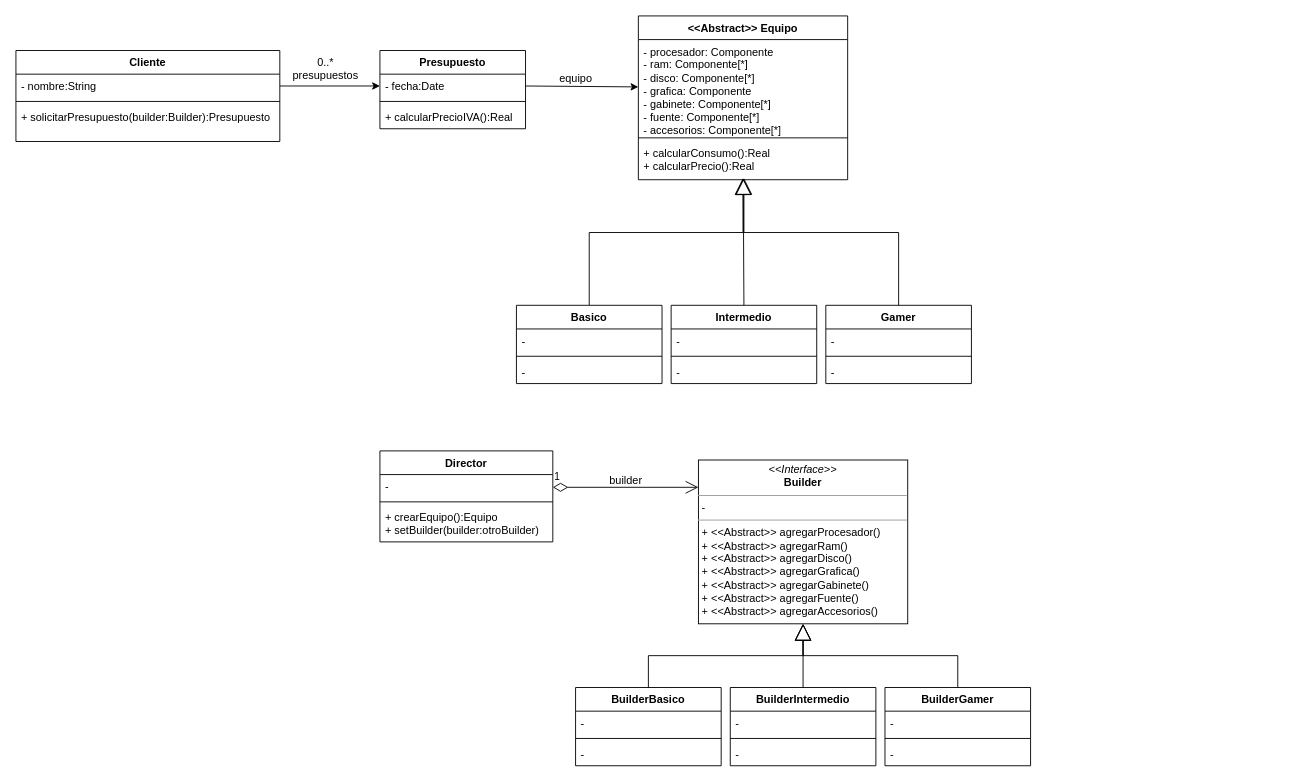
The draw.io diagram Parciales/ParcialPatrones4/uwu.drawio in Ruyy7/OO2, before the edit. Source tidied: cells renumbered, new cells numbered last; positions are measured from the earlier drawing's top-left corner, leaving out a move shared by most shapes. Both pictures are drawn from the tidied source at 91%, with x=0, y=0 at pixel (15, 15).
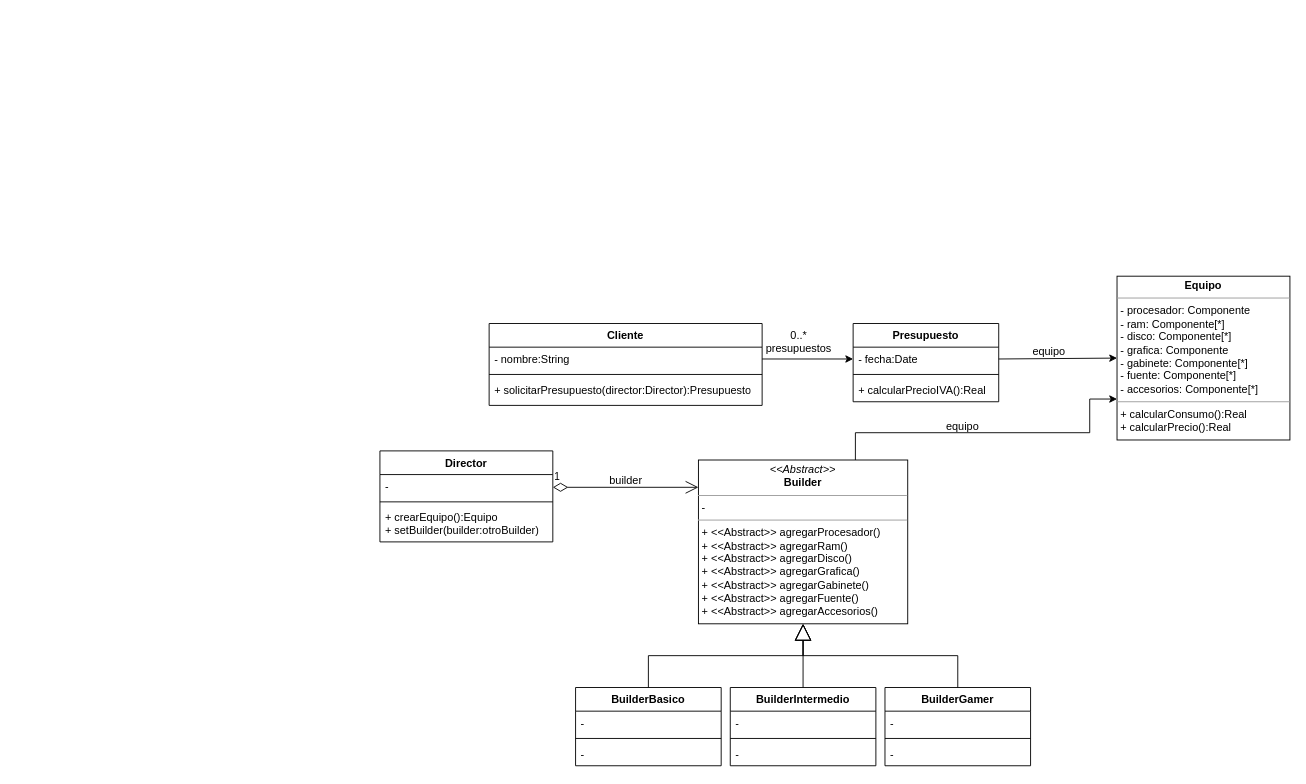
The same page after the edit.

The change refers to these unchanged cells:
```xml
<mxCell id="3" value="- fecha:Date" style="text;strokeColor=none;fillColor=none;align=left;verticalAlign=top;spacingLeft=4;spacingRight=4;overflow=hidden;points=[[0,0.5],[1,0.5]];portConstraint=eastwest;whiteSpace=wrap;html=1;" parent="2" vertex="1">
  <mxGeometry y="26" width="160" height="26" as="geometry" />
</mxCell>
```

What changed in the source:
```diff
@@
     <mxCell id="2" value="Presupuesto" style="swimlane;fontStyle=1;align=center;verticalAlign=top;horizontal=1;startSize=26;whiteSpace=wrap;html=1;" parent="1" vertex="1">
-      <mxGeometry x="400" y="38" width="160" height="86" as="geometry" />
+      <mxGeometry x="920" y="338" width="160" height="86" as="geometry" />
     </mxCell>
@@
-    <mxCell id="6" value="&amp;lt;&amp;lt;Abstract&amp;gt;&amp;gt; Equipo" style="swimlane;fontStyle=1;align=center;verticalAlign=top;horizontal=1;startSize=26;whiteSpace=wrap;html=1;" parent="1" vertex="1">
-      <mxGeometry x="684" width="230" height="180" as="geometry" />
-    </mxCell>
-    <mxCell id="7" value="- procesador: Componente&lt;br&gt;- ram: Componente[*]&lt;br&gt;- disco: Componente[*]&lt;br&gt;- grafica: Componente&lt;br&gt;- gabinete: Componente[*]&lt;br&gt;- fuente: Componente[*]&lt;br&gt;- accesorios: Componente[*]" style="text;strokeColor=none;fillColor=none;align=left;verticalAlign=top;spacingLeft=4;spacingRight=4;overflow=hidden;points=[[0,0.5],[1,0.5]];portConstraint=eastwest;whiteSpace=wrap;html=1;" parent="6" vertex="1">
-      <mxGeometry y="26" width="230" height="104" as="geometry" />
-    </mxCell>
-    <mxCell id="8" style="line;strokeWidth=1;fillColor=none;align=left;verticalAlign=middle;spacingTop=-1;spacingLeft=3;spacingRight=3;labelPosition=right;strokeColor=inherit;" parent="6" vertex="1">
-      <mxGeometry y="130" width="230" height="8" as="geometry" />
-    </mxCell>
-    <mxCell id="9" value="+ calcularConsumo():Real&lt;br&gt;+ calcularPrecio():Real" style="text;strokeColor=none;fillColor=none;align=left;verticalAlign=top;spacingLeft=4;spacingRight=4;overflow=hidden;points=[[0,0.5],[1,0.5]];portConstraint=eastwest;whiteSpace=wrap;html=1;" parent="6" vertex="1">
-      <mxGeometry y="138" width="230" height="42" as="geometry" />
-    </mxCell>
-    <mxCell id="10" style="endArrow=classic;html=1;rounded=0;exitX=1;exitY=0.5;exitDx=0;exitDy=0;entryX=0;entryY=0.5;entryDx=0;entryDy=0;" parent="1" edge="1" source="3" target="7">
+    <mxCell id="10" style="endArrow=classic;html=1;rounded=0;exitX=1;exitY=0.5;exitDx=0;exitDy=0;entryX=0;entryY=0.5;entryDx=0;entryDy=0;" parent="1" edge="1" source="3" target="55">
       <mxGeometry relative="1" as="geometry" />
     </mxCell>
     <mxCell id="11" value="equipo" style="text;html=1;align=center;verticalAlign=middle;strokeColor=none;fillColor=none;" parent="1" vertex="1">
-      <mxGeometry x="585" y="54" width="60" height="30" as="geometry" />
+      <mxGeometry x="1105" y="354" width="60" height="30" as="geometry" />
     </mxCell>
-    <mxCell id="12" style="endArrow=block;endSize=16;endFill=0;html=1;rounded=0;exitX=0.5;exitY=0;exitDx=0;exitDy=0;edgeStyle=orthogonalEdgeStyle;" parent="1" edge="1" source="13">
-      <mxGeometry relative="1" as="geometry">
-        <mxPoint x="799" y="178" as="targetPoint" />
-        <Array as="points">
-          <mxPoint x="630" y="238" />
-          <mxPoint x="799" y="238" />
-        </Array>
-      </mxGeometry>
-    </mxCell>
-    <mxCell id="13" value="Basico" style="swimlane;fontStyle=1;align=center;verticalAlign=top;horizontal=1;startSize=26;whiteSpace=wrap;html=1;" parent="1" vertex="1">
-      <mxGeometry x="550" y="318" width="160" height="86" as="geometry" />
-    </mxCell>
-    <mxCell id="14" value="-" style="text;strokeColor=none;fillColor=none;align=left;verticalAlign=top;spacingLeft=4;spacingRight=4;overflow=hidden;whiteSpace=wrap;html=1;" parent="13" vertex="1">
-      <mxGeometry y="26" width="160" height="26" as="geometry" />
-    </mxCell>
-    <mxCell id="15" style="line;strokeWidth=1;fillColor=none;align=left;verticalAlign=middle;spacingTop=-1;spacingLeft=3;spacingRight=3;labelPosition=right;strokeColor=inherit;" parent="13" vertex="1">
-      <mxGeometry y="52" width="160" height="8" as="geometry" />
-    </mxCell>
-    <mxCell id="16" value="-" style="text;strokeColor=none;fillColor=none;align=left;verticalAlign=top;spacingLeft=4;spacingRight=4;overflow=hidden;whiteSpace=wrap;html=1;" parent="13" vertex="1">
-      <mxGeometry y="60" width="160" height="26" as="geometry" />
-    </mxCell>
-    <mxCell id="17" value="Intermedio" style="swimlane;fontStyle=1;align=center;verticalAlign=top;horizontal=1;startSize=26;whiteSpace=wrap;html=1;" parent="1" vertex="1">
-      <mxGeometry x="720" y="318" width="160" height="86" as="geometry" />
-    </mxCell>
-    <mxCell id="18" value="-" style="text;strokeColor=none;fillColor=none;align=left;verticalAlign=top;spacingLeft=4;spacingRight=4;overflow=hidden;whiteSpace=wrap;html=1;" parent="17" vertex="1">
-      <mxGeometry y="26" width="160" height="26" as="geometry" />
-    </mxCell>
-    <mxCell id="19" style="line;strokeWidth=1;fillColor=none;align=left;verticalAlign=middle;spacingTop=-1;spacingLeft=3;spacingRight=3;labelPosition=right;strokeColor=inherit;" parent="17" vertex="1">
-      <mxGeometry y="52" width="160" height="8" as="geometry" />
-    </mxCell>
-    <mxCell id="20" value="-" style="text;strokeColor=none;fillColor=none;align=left;verticalAlign=top;spacingLeft=4;spacingRight=4;overflow=hidden;whiteSpace=wrap;html=1;" parent="17" vertex="1">
-      <mxGeometry y="60" width="160" height="26" as="geometry" />
-    </mxCell>
-    <mxCell id="21" value="Gamer" style="swimlane;fontStyle=1;align=center;verticalAlign=top;horizontal=1;startSize=26;whiteSpace=wrap;html=1;" parent="1" vertex="1">
-      <mxGeometry x="890" y="318" width="160" height="86" as="geometry" />
-    </mxCell>
-    <mxCell id="22" value="-" style="text;strokeColor=none;fillColor=none;align=left;verticalAlign=top;spacingLeft=4;spacingRight=4;overflow=hidden;whiteSpace=wrap;html=1;" parent="21" vertex="1">
-      <mxGeometry y="26" width="160" height="26" as="geometry" />
-    </mxCell>
-    <mxCell id="23" style="line;strokeWidth=1;fillColor=none;align=left;verticalAlign=middle;spacingTop=-1;spacingLeft=3;spacingRight=3;labelPosition=right;strokeColor=inherit;" parent="21" vertex="1">
-      <mxGeometry y="52" width="160" height="8" as="geometry" />
-    </mxCell>
-    <mxCell id="24" value="-" style="text;strokeColor=none;fillColor=none;align=left;verticalAlign=top;spacingLeft=4;spacingRight=4;overflow=hidden;whiteSpace=wrap;html=1;" parent="21" vertex="1">
-      <mxGeometry y="60" width="160" height="26" as="geometry" />
-    </mxCell>
-    <mxCell id="25" style="endArrow=block;endSize=16;endFill=0;html=1;rounded=0;exitX=0.5;exitY=0;exitDx=0;exitDy=0;entryX=0.501;entryY=0.959;entryDx=0;entryDy=0;entryPerimeter=0;" parent="1" edge="1" source="17" target="9">
-      <mxGeometry relative="1" as="geometry" />
-    </mxCell>
-    <mxCell id="26" style="endArrow=block;endSize=16;endFill=0;html=1;rounded=0;exitX=0.5;exitY=0;exitDx=0;exitDy=0;edgeStyle=orthogonalEdgeStyle;" parent="1" edge="1" source="21">
-      <mxGeometry relative="1" as="geometry">
-        <mxPoint x="800" y="178" as="targetPoint" />
-        <Array as="points">
-          <mxPoint x="970" y="238" />
-          <mxPoint x="800" y="238" />
-        </Array>
-      </mxGeometry>
-    </mxCell>
@@
-    <mxCell id="32" value="&lt;p style=&quot;margin:0px;margin-top:4px;text-align:center;&quot;&gt;&lt;i&gt;&amp;lt;&amp;lt;Interface&amp;gt;&amp;gt;&lt;/i&gt;&lt;br&gt;&lt;b&gt;Builder&lt;/b&gt;&lt;/p&gt;&lt;hr size=&quot;1&quot;&gt;&lt;p style=&quot;margin:0px;margin-left:4px;&quot;&gt;-&lt;/p&gt;&lt;hr size=&quot;1&quot;&gt;&lt;p style=&quot;margin:0px;margin-left:4px;&quot;&gt;+ &amp;lt;&amp;lt;Abstract&amp;gt;&amp;gt; agregarProcesador()&lt;br&gt;&lt;/p&gt;&lt;p style=&quot;margin:0px;margin-left:4px;&quot;&gt;+ &amp;lt;&amp;lt;Abstract&amp;gt;&amp;gt; agregarRam()&lt;br&gt;&lt;/p&gt;&lt;p style=&quot;margin:0px;margin-left:4px;&quot;&gt;+ &amp;lt;&amp;lt;Abstract&amp;gt;&amp;gt; agregarDisco()&lt;br&gt;&lt;/p&gt;&lt;p style=&quot;margin:0px;margin-left:4px;&quot;&gt;+ &amp;lt;&amp;lt;Abstract&amp;gt;&amp;gt; agregarGrafica()&lt;br&gt;&lt;/p&gt;&lt;p style=&quot;margin:0px;margin-left:4px;&quot;&gt;+ &amp;lt;&amp;lt;Abstract&amp;gt;&amp;gt; agregarGabinete()&lt;br&gt;&lt;/p&gt;&lt;p style=&quot;margin:0px;margin-left:4px;&quot;&gt;+ &amp;lt;&amp;lt;Abstract&amp;gt;&amp;gt; agregarFuente()&lt;br&gt;&lt;/p&gt;&lt;p style=&quot;margin:0px;margin-left:4px;&quot;&gt;+ &amp;lt;&amp;lt;Abstract&amp;gt;&amp;gt; agregarAccesorios()&lt;br&gt;&lt;/p&gt;&lt;p style=&quot;margin:0px;margin-left:4px;&quot;&gt;&lt;br&gt;&lt;/p&gt;" style="verticalAlign=top;align=left;overflow=fill;fontSize=12;fontFamily=Helvetica;html=1;whiteSpace=wrap;" parent="1" vertex="1">
+    <mxCell id="32" value="&lt;p style=&quot;margin:0px;margin-top:4px;text-align:center;&quot;&gt;&lt;i&gt;&amp;lt;&amp;lt;Abstract&amp;gt;&amp;gt;&lt;/i&gt;&lt;br&gt;&lt;b&gt;Builder&lt;/b&gt;&lt;/p&gt;&lt;hr size=&quot;1&quot;&gt;&lt;p style=&quot;margin:0px;margin-left:4px;&quot;&gt;-&lt;/p&gt;&lt;hr size=&quot;1&quot;&gt;&lt;p style=&quot;margin:0px;margin-left:4px;&quot;&gt;+ &amp;lt;&amp;lt;Abstract&amp;gt;&amp;gt; agregarProcesador()&lt;br&gt;&lt;/p&gt;&lt;p style=&quot;margin:0px;margin-left:4px;&quot;&gt;+ &amp;lt;&amp;lt;Abstract&amp;gt;&amp;gt; agregarRam()&lt;br&gt;&lt;/p&gt;&lt;p style=&quot;margin:0px;margin-left:4px;&quot;&gt;+ &amp;lt;&amp;lt;Abstract&amp;gt;&amp;gt; agregarDisco()&lt;br&gt;&lt;/p&gt;&lt;p style=&quot;margin:0px;margin-left:4px;&quot;&gt;+ &amp;lt;&amp;lt;Abstract&amp;gt;&amp;gt; agregarGrafica()&lt;br&gt;&lt;/p&gt;&lt;p style=&quot;margin:0px;margin-left:4px;&quot;&gt;+ &amp;lt;&amp;lt;Abstract&amp;gt;&amp;gt; agregarGabinete()&lt;br&gt;&lt;/p&gt;&lt;p style=&quot;margin:0px;margin-left:4px;&quot;&gt;+ &amp;lt;&amp;lt;Abstract&amp;gt;&amp;gt; agregarFuente()&lt;br&gt;&lt;/p&gt;&lt;p style=&quot;margin:0px;margin-left:4px;&quot;&gt;+ &amp;lt;&amp;lt;Abstract&amp;gt;&amp;gt; agregarAccesorios()&lt;br&gt;&lt;/p&gt;&lt;p style=&quot;margin:0px;margin-left:4px;&quot;&gt;&lt;br&gt;&lt;/p&gt;" style="verticalAlign=top;align=left;overflow=fill;fontSize=12;fontFamily=Helvetica;html=1;whiteSpace=wrap;" parent="1" vertex="1">
       <mxGeometry x="750" y="488" width="230" height="180" as="geometry" />
     </mxCell>
@@
     <mxCell id="49" value="Cliente" style="swimlane;fontStyle=1;align=center;verticalAlign=top;horizontal=1;startSize=26;whiteSpace=wrap;html=1;" parent="1" vertex="1">
-      <mxGeometry y="38" width="290" height="100" as="geometry" />
+      <mxGeometry x="520" y="338" width="300" height="90" as="geometry" />
     </mxCell>
     <mxCell id="50" value="- nombre:String" style="text;strokeColor=none;fillColor=none;align=left;verticalAlign=top;spacingLeft=4;spacingRight=4;overflow=hidden;points=[[0,0.5],[1,0.5]];portConstraint=eastwest;whiteSpace=wrap;html=1;" parent="49" vertex="1">
-      <mxGeometry y="26" width="290" height="26" as="geometry" />
+      <mxGeometry y="26" width="300" height="26" as="geometry" />
     </mxCell>
     <mxCell id="51" style="line;strokeWidth=1;fillColor=none;align=left;verticalAlign=middle;spacingTop=-1;spacingLeft=3;spacingRight=3;labelPosition=right;strokeColor=inherit;" parent="49" vertex="1">
-      <mxGeometry y="52" width="290" height="8" as="geometry" />
+      <mxGeometry y="52" width="300" height="8" as="geometry" />
     </mxCell>
-    <mxCell id="52" value="+ solicitarPresupuesto(builder:Builder):Presupuesto&lt;br&gt;" style="text;strokeColor=none;fillColor=none;align=left;verticalAlign=top;spacingLeft=4;spacingRight=4;overflow=hidden;whiteSpace=wrap;html=1;" parent="49" vertex="1">
-      <mxGeometry y="60" width="290" height="40" as="geometry" />
+    <mxCell id="52" value="+ solicitarPresupuesto(director:Director):Presupuesto" style="text;strokeColor=none;fillColor=none;align=left;verticalAlign=top;spacingLeft=4;spacingRight=4;overflow=hidden;whiteSpace=wrap;html=1;" parent="49" vertex="1">
+      <mxGeometry y="60" width="300" height="30" as="geometry" />
     </mxCell>
@@
     <mxCell id="54" value="0..*&lt;br&gt;presupuestos" style="text;html=1;align=center;verticalAlign=middle;strokeColor=none;fillColor=none;" parent="1" vertex="1">
-      <mxGeometry x="290" y="38" width="100" height="40" as="geometry" />
+      <mxGeometry x="810" y="338" width="100" height="40" as="geometry" />
     </mxCell>
+    <mxCell id="55" value="&lt;p style=&quot;margin:0px;margin-top:4px;text-align:center;&quot;&gt;&lt;b&gt;Equipo&lt;/b&gt;&lt;/p&gt;&lt;hr size=&quot;1&quot;&gt;&lt;p style=&quot;margin:0px;margin-left:4px;&quot;&gt;- procesador: Componente&lt;br style=&quot;border-color: var(--border-color);&quot;&gt;- ram: Componente[*]&lt;br style=&quot;border-color: var(--border-color);&quot;&gt;- disco: Componente[*]&lt;br style=&quot;border-color: var(--border-color);&quot;&gt;- grafica: Componente&lt;br style=&quot;border-color: var(--border-color);&quot;&gt;- gabinete: Componente[*]&lt;br style=&quot;border-color: var(--border-color);&quot;&gt;- fuente: Componente[*]&lt;br style=&quot;border-color: var(--border-color);&quot;&gt;- accesorios: Componente[*]&lt;br&gt;&lt;/p&gt;&lt;hr size=&quot;1&quot;&gt;&lt;p style=&quot;margin:0px;margin-left:4px;&quot;&gt;+ calcularConsumo():Real&lt;br style=&quot;border-color: var(--border-color);&quot;&gt;+ calcularPrecio():Real&lt;br&gt;&lt;/p&gt;" style="verticalAlign=top;align=left;overflow=fill;fontSize=12;fontFamily=Helvetica;html=1;whiteSpace=wrap;" parent="1" vertex="1">
+      <mxGeometry x="1210" y="286" width="190" height="180" as="geometry" />
+    </mxCell>
+    <mxCell id="56" style="endArrow=classic;html=1;rounded=0;exitX=0.75;exitY=0;exitDx=0;exitDy=0;entryX=0;entryY=0.75;entryDx=0;entryDy=0;edgeStyle=orthogonalEdgeStyle;" parent="1" edge="1" source="32" target="55">
+      <mxGeometry relative="1" as="geometry">
+        <Array as="points">
+          <mxPoint x="923" y="458" />
+          <mxPoint x="1180" y="458" />
+          <mxPoint x="1180" y="421" />
+        </Array>
+      </mxGeometry>
+    </mxCell>
+    <mxCell id="57" value="equipo" style="text;html=1;align=center;verticalAlign=middle;strokeColor=none;fillColor=none;" parent="1" vertex="1">
+      <mxGeometry x="1010" y="436" width="60" height="30" as="geometry" />
+    </mxCell>
```
